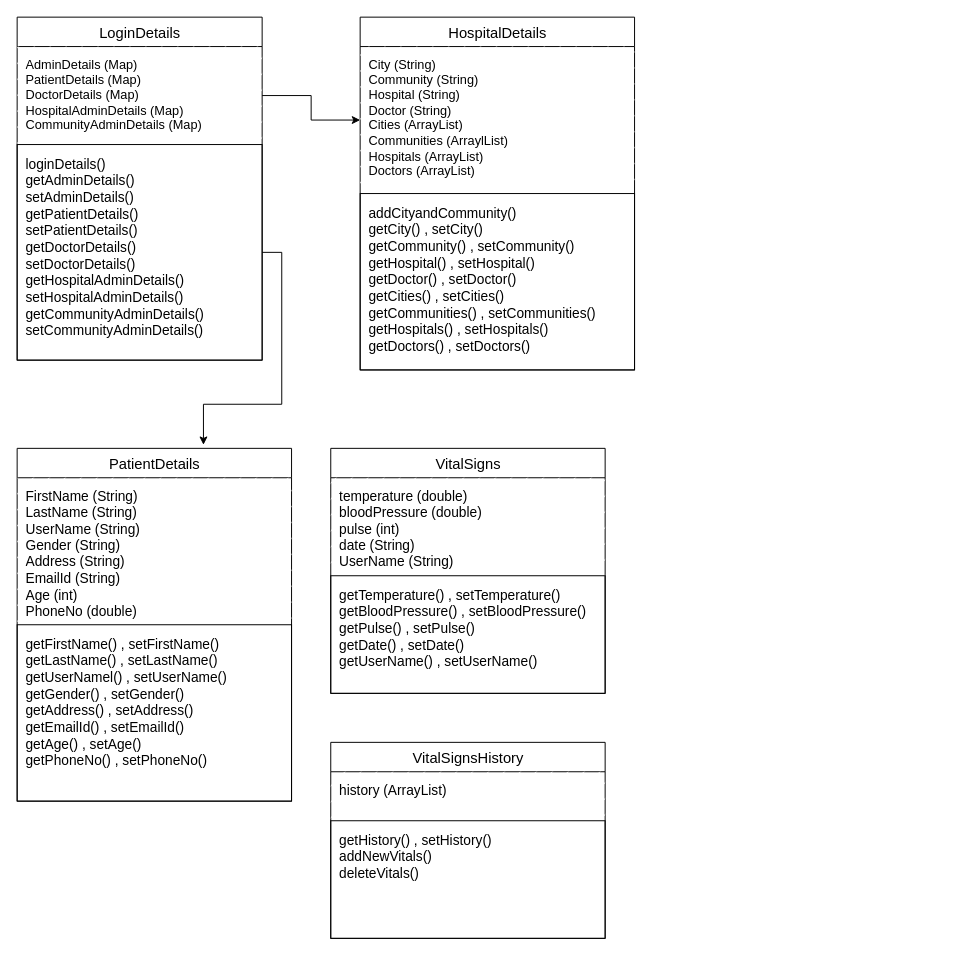
The draw.io diagram diagrams/classDiagram.drawio in BhaktiDesaiB/Desai_Bhakti_002701264, before the edit. Source tidied: cells renumbered, new cells numbered last; positions are measured from the earlier drawing's top-left corner, leaving out a move shared by most shapes. Both pictures are drawn from the tidied source at 98%, with x=0, y=0 at pixel (17, 17).
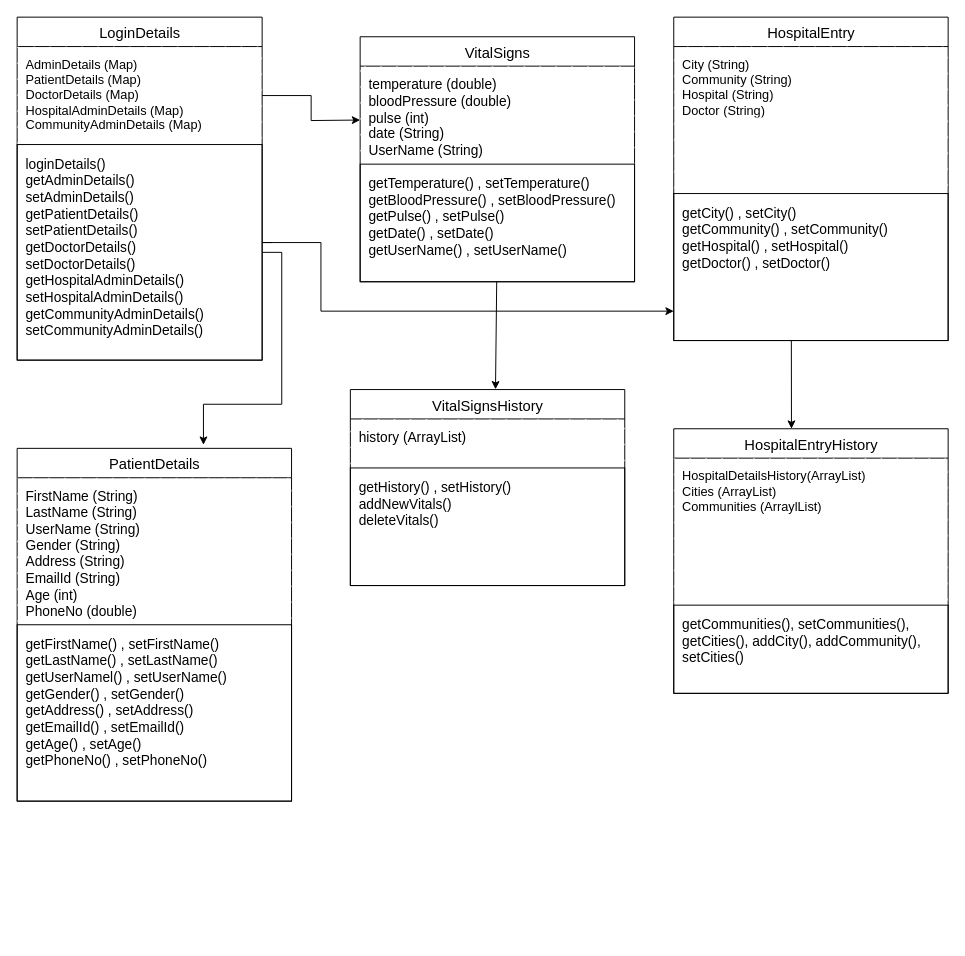
Above is the later version.

Unchanged cells that the change refers to:
```xml
<mxCell id="3" value="AdminDetails (Map)&lt;br&gt;PatientDetails (Map)&lt;br&gt;DoctorDetails (Map)&lt;br&gt;HospitalAdminDetails (Map)&lt;br&gt;CommunityAdminDetails (Map)&lt;br&gt;" style="text;strokeColor=none;fillColor=default;align=left;verticalAlign=top;spacingLeft=4;spacingRight=4;overflow=hidden;points=[[0,0.5],[1,0.5]];portConstraint=eastwest;fillStyle=hatch;fontSize=13;html=1;spacingTop=1;spacing=5;spacingBottom=1;" parent="2" vertex="1">
  <mxGeometry y="30" width="250" height="100" as="geometry" />
</mxCell>
<mxCell id="15" value="getTemperature() , setTemperature()&#10;getBloodPressure() , setBloodPressure()&#10;getPulse() , setPulse()&#10;getDate() , setDate()&#10;getUserName() , setUserName()&#10;" style="text;strokeColor=default;fillColor=none;align=left;verticalAlign=top;spacingLeft=4;spacingRight=4;overflow=hidden;points=[[0,0.5],[1,0.5]];portConstraint=eastwest;spacingTop=2;spacing=5;spacingBottom=1;fontSize=14;" parent="13" vertex="1">
  <mxGeometry y="130" width="280" height="120" as="geometry" />
</mxCell>
```

Diff of the diagram source:
```diff
@@
-    <mxCell id="5" value="HospitalDetails" style="swimlane;fontStyle=0;horizontal=1;startSize=30;verticalAlign=middle;labelBackgroundColor=none;spacingTop=1;spacingLeft=1;fontSize=15;" parent="1" vertex="1">
-      <mxGeometry x="350" width="280" height="360" as="geometry" />
-    </mxCell>
-    <mxCell id="6" value="City (String)&lt;br&gt;Community (String)&lt;br&gt;Hospital (String)&lt;br&gt;Doctor (String)&lt;br&gt;Cities (ArrayList)&lt;br&gt;Communities (ArraylList)&lt;br&gt;Hospitals (ArrayList)&lt;br&gt;Doctors (ArrayList)" style="text;strokeColor=none;fillColor=default;align=left;verticalAlign=top;spacingLeft=4;spacingRight=4;overflow=hidden;points=[[0,0.5],[1,0.5]];portConstraint=eastwest;fillStyle=hatch;fontSize=13;html=1;spacingTop=1;spacing=5;spacingBottom=1;" parent="5" vertex="1">
-      <mxGeometry y="30" width="280" height="150" as="geometry" />
-    </mxCell>
-    <mxCell id="7" value="addCityandCommunity()&#10;getCity() , setCity()&#10;getCommunity() , setCommunity()&#10;getHospital() , setHospital()&#10;getDoctor() , setDoctor()&#10;getCities() , setCities()&#10;getCommunities() , setCommunities()&#10;getHospitals() , setHospitals()&#10;getDoctors() , setDoctors()" style="text;strokeColor=default;fillColor=none;align=left;verticalAlign=top;spacingLeft=4;spacingRight=4;overflow=hidden;spacingTop=2;spacing=5;spacingBottom=1;fontSize=14;" parent="5" vertex="1">
-      <mxGeometry y="180" width="280" height="180" as="geometry" />
-    </mxCell>
-    <mxCell id="8" style="edgeStyle=orthogonalEdgeStyle;rounded=0;jettySize=auto;html=1;fontSize=15;" parent="1" edge="1" source="3" target="6">
-      <mxGeometry relative="1" as="geometry" />
-    </mxCell>
+    <mxCell id="19" style="edgeStyle=orthogonalEdgeStyle;rounded=0;jettySize=auto;html=1;fontSize=15;" parent="1" edge="1" source="3">
+      <mxGeometry relative="1" as="geometry">
+        <mxPoint x="350" y="105" as="targetPoint" />
+      </mxGeometry>
+    </mxCell>
@@
     <mxCell id="13" value="VitalSigns" style="swimlane;fontStyle=0;horizontal=1;startSize=30;verticalAlign=middle;labelBackgroundColor=none;spacingTop=1;spacingLeft=1;fontSize=15;" parent="1" vertex="1">
-      <mxGeometry x="320" y="440" width="280" height="250" as="geometry" />
+      <mxGeometry x="350" y="20" width="280" height="250" as="geometry" />
     </mxCell>
@@
     <mxCell id="16" value="VitalSignsHistory" style="swimlane;fontStyle=0;horizontal=1;startSize=30;verticalAlign=middle;labelBackgroundColor=none;spacingTop=1;spacingLeft=1;fontSize=15;" parent="1" vertex="1">
-      <mxGeometry x="320" y="740" width="280" height="200" as="geometry" />
+      <mxGeometry x="340" y="380" width="280" height="200" as="geometry" />
     </mxCell>
@@
+    <mxCell id="20" value="HospitalEntry" style="swimlane;fontStyle=0;horizontal=1;startSize=30;verticalAlign=middle;labelBackgroundColor=none;spacingTop=1;spacingLeft=1;fontSize=15;" parent="1" vertex="1">
+      <mxGeometry x="670" width="280" height="330" as="geometry" />
+    </mxCell>
+    <mxCell id="21" value="City (String)&lt;br&gt;Community (String)&lt;br&gt;Hospital (String)&lt;br&gt;Doctor (String)&lt;br&gt;" style="text;strokeColor=none;fillColor=default;align=left;verticalAlign=top;spacingLeft=4;spacingRight=4;overflow=hidden;fillStyle=hatch;fontSize=13;html=1;spacingTop=1;spacing=5;spacingBottom=1;" parent="20" vertex="1">
+      <mxGeometry y="30" width="280" height="150" as="geometry" />
+    </mxCell>
+    <mxCell id="22" value="getCity() , setCity()&#10;getCommunity() , setCommunity()&#10;getHospital() , setHospital()&#10;getDoctor() , setDoctor()&#10;" style="text;strokeColor=default;fillColor=none;align=left;verticalAlign=top;spacingLeft=4;spacingRight=4;overflow=hidden;spacingTop=2;spacing=5;spacingBottom=1;fontSize=14;" parent="20" vertex="1">
+      <mxGeometry y="180" width="280" height="150" as="geometry" />
+    </mxCell>
+    <mxCell id="23" value="HospitalEntryHistory" style="swimlane;fontStyle=0;horizontal=1;startSize=30;verticalAlign=middle;labelBackgroundColor=none;spacingTop=1;spacingLeft=1;fontSize=15;" parent="1" vertex="1">
+      <mxGeometry x="670" y="420" width="280" height="270" as="geometry" />
+    </mxCell>
+    <mxCell id="24" value="HospitalDetailsHistory(ArrayList)&lt;br&gt;Cities (ArrayList)&lt;br&gt;Communities (ArraylList)&lt;br&gt;" style="text;strokeColor=none;fillColor=default;align=left;verticalAlign=top;spacingLeft=4;spacingRight=4;overflow=hidden;fillStyle=hatch;fontSize=13;html=1;spacingTop=1;spacing=5;spacingBottom=1;" parent="23" vertex="1">
+      <mxGeometry y="30" width="280" height="150" as="geometry" />
+    </mxCell>
+    <mxCell id="25" value="getCommunities(), setCommunities(), &#10;getCities(), addCity(), addCommunity(), &#10;setCities()" style="text;strokeColor=default;fillColor=none;align=left;verticalAlign=top;spacingLeft=4;spacingRight=4;overflow=hidden;spacingTop=2;spacing=5;spacingBottom=1;fontSize=14;" parent="23" vertex="1">
+      <mxGeometry y="180" width="280" height="90" as="geometry" />
+    </mxCell>
+    <mxCell id="26" style="endArrow=classic;html=1;rounded=0;entryX=0.529;entryY=-0.001;entryDx=0;entryDy=0;entryPerimeter=0;" parent="1" edge="1" source="15" target="16">
+      <mxGeometry relative="1" as="geometry" />
+    </mxCell>
+    <mxCell id="27" style="endArrow=classic;html=1;rounded=0;" parent="1" edge="1">
+      <mxGeometry relative="1" as="geometry">
+        <mxPoint x="260" y="230" as="sourcePoint" />
+        <mxPoint x="670" y="300" as="targetPoint" />
+        <Array as="points">
+          <mxPoint x="250" y="230" />
+          <mxPoint x="310" y="230" />
+          <mxPoint x="310" y="300" />
+        </Array>
+      </mxGeometry>
+    </mxCell>
+    <mxCell id="28" style="endArrow=classic;html=1;rounded=0;entryX=0.429;entryY=0;entryDx=0;entryDy=0;entryPerimeter=0;" parent="1" edge="1" target="23">
+      <mxGeometry relative="1" as="geometry">
+        <mxPoint x="790" y="330" as="sourcePoint" />
+      </mxGeometry>
+    </mxCell>
```
